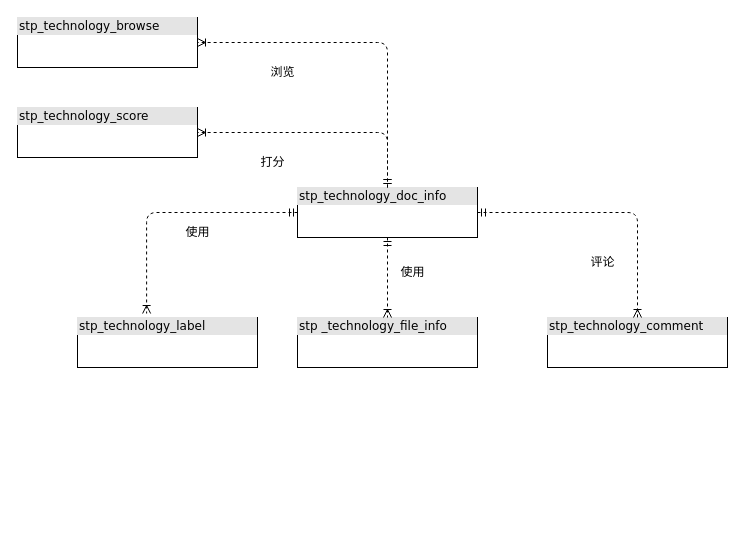
Earlier version of the draw.io diagram 技术分享ER图.drawio (DemonHan/KuickBuy). Source tidied: cells renumbered, new cells numbered last; positions are measured from the earlier drawing's top-left corner, leaving out a move shared by most shapes. Both pictures are drawn from the tidied source at 100%, with x=0, y=0 at pixel (17, 17).
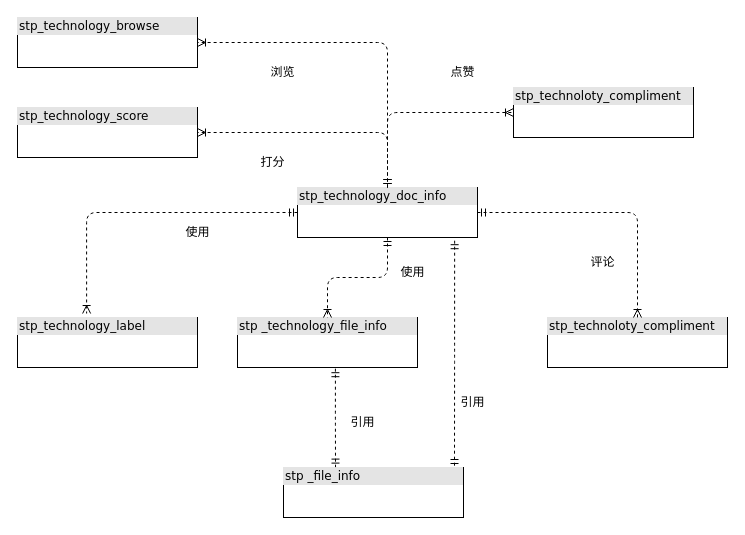
The same page after the edit.

Commit message (it also covers changes not shown here):
更新技术分享ER图.drawio

The change refers to these unchanged cells:
```xml
<mxCell id="2" value="&lt;div style=&quot;box-sizing:border-box;width:100%;background:#e4e4e4;padding:2px;&quot;&gt;stp_technology_doc_info&lt;br&gt;&lt;/div&gt;" style="verticalAlign=top;align=left;overflow=fill;html=1;rounded=0;shadow=0;comic=0;labelBackgroundColor=none;strokeWidth=1;fontFamily=Verdana;fontSize=12;" parent="1" vertex="1">
  <mxGeometry x="280" y="170" width="180" height="50" as="geometry" />
</mxCell>
```

What changed in the source:
```diff
@@
     <mxCell id="3" value="&lt;div style=&quot;box-sizing:border-box;width:100%;background:#e4e4e4;padding:2px;&quot;&gt;stp_technology_label&lt;br&gt;&lt;/div&gt;" style="verticalAlign=top;align=left;overflow=fill;html=1;rounded=0;shadow=0;comic=0;labelBackgroundColor=none;strokeWidth=1;fontFamily=Verdana;fontSize=12;" parent="1" vertex="1">
-      <mxGeometry x="60" y="300" width="180" height="50" as="geometry" />
+      <mxGeometry y="300" width="180" height="50" as="geometry" />
     </mxCell>
@@
     <mxCell id="6" value="&lt;div style=&quot;box-sizing:border-box;width:100%;background:#e4e4e4;padding:2px;&quot;&gt;stp _technology_file_info&lt;br&gt;&lt;/div&gt;" style="verticalAlign=top;align=left;overflow=fill;html=1;rounded=0;shadow=0;comic=0;labelBackgroundColor=none;strokeWidth=1;fontFamily=Verdana;fontSize=12;" parent="1" vertex="1">
-      <mxGeometry x="280" y="300" width="180" height="50" as="geometry" />
+      <mxGeometry x="220" y="300" width="180" height="50" as="geometry" />
     </mxCell>
@@
-    <mxCell id="9" value="&lt;div style=&quot;box-sizing:border-box;width:100%;background:#e4e4e4;padding:2px;&quot;&gt;stp_technology_comment&lt;br&gt;&lt;/div&gt;" style="verticalAlign=top;align=left;overflow=fill;html=1;rounded=0;shadow=0;comic=0;labelBackgroundColor=none;strokeWidth=1;fontFamily=Verdana;fontSize=12;" parent="1" vertex="1">
+    <mxCell id="9" value="&lt;div style=&quot;box-sizing:border-box;width:100%;background:#e4e4e4;padding:2px;&quot;&gt;stp_technoloty_compliment&lt;br&gt;&lt;/div&gt;" style="verticalAlign=top;align=left;overflow=fill;html=1;rounded=0;shadow=0;comic=0;labelBackgroundColor=none;strokeWidth=1;fontFamily=Verdana;fontSize=12;" parent="1" vertex="1">
       <mxGeometry x="530" y="300" width="180" height="50" as="geometry" />
     </mxCell>
@@
+    <mxCell id="18" value="&lt;div style=&quot;box-sizing:border-box;width:100%;background:#e4e4e4;padding:2px;&quot;&gt;stp_technoloty_compliment&lt;br&gt;&lt;/div&gt;" style="verticalAlign=top;align=left;overflow=fill;html=1;rounded=0;shadow=0;comic=0;labelBackgroundColor=none;strokeWidth=1;fontFamily=Verdana;fontSize=12;" parent="1" vertex="1">
+      <mxGeometry x="496" y="70" width="180" height="50" as="geometry" />
+    </mxCell>
+    <mxCell id="19" value="点赞" style="text;html=1;align=center;verticalAlign=middle;strokeColor=none;fillColor=none;" parent="1" vertex="1">
+      <mxGeometry x="420" y="40" width="50" height="30" as="geometry" />
+    </mxCell>
+    <mxCell id="20" value="&lt;div style=&quot;box-sizing:border-box;width:100%;background:#e4e4e4;padding:2px;&quot;&gt;stp _file_info&lt;br&gt;&lt;/div&gt;" style="verticalAlign=top;align=left;overflow=fill;html=1;rounded=0;shadow=0;comic=0;labelBackgroundColor=none;strokeWidth=1;fontFamily=Verdana;fontSize=12;" parent="1" vertex="1">
+      <mxGeometry x="266" y="450" width="180" height="50" as="geometry" />
+    </mxCell>
+    <mxCell id="21" style="edgeStyle=orthogonalEdgeStyle;html=1;endArrow=ERmandOne;startArrow=ERmandOne;labelBackgroundColor=none;fontFamily=Verdana;fontSize=12;align=left;dashed=1;exitX=0.544;exitY=1.024;exitDx=0;exitDy=0;entryX=0.289;entryY=-0.008;entryDx=0;entryDy=0;exitPerimeter=0;entryPerimeter=0;endFill=0;" parent="1" edge="1" source="6" target="20">
+      <mxGeometry relative="1" as="geometry" />
+    </mxCell>
+    <mxCell id="22" value="引用" style="text;html=1;align=center;verticalAlign=middle;strokeColor=none;fillColor=none;" parent="1" vertex="1">
+      <mxGeometry x="320" y="390" width="50" height="30" as="geometry" />
+    </mxCell>
+    <mxCell id="23" style="edgeStyle=orthogonalEdgeStyle;html=1;endArrow=ERmandOne;startArrow=ERmandOne;labelBackgroundColor=none;fontFamily=Verdana;fontSize=12;align=left;dashed=1;endFill=0;exitX=0.873;exitY=1.064;exitDx=0;exitDy=0;exitPerimeter=0;" parent="1" edge="1" source="2">
+      <mxGeometry relative="1" as="geometry">
+        <mxPoint x="437" y="450" as="targetPoint" />
+      </mxGeometry>
+    </mxCell>
+    <mxCell id="24" value="引用" style="text;html=1;align=center;verticalAlign=middle;strokeColor=none;fillColor=none;" parent="1" vertex="1">
+      <mxGeometry x="430" y="370" width="50" height="30" as="geometry" />
+    </mxCell>
+    <mxCell id="25" style="edgeStyle=orthogonalEdgeStyle;html=1;endArrow=ERoneToMany;startArrow=ERmandOne;labelBackgroundColor=none;fontFamily=Verdana;fontSize=12;align=left;dashed=1;exitX=0.5;exitY=0;exitDx=0;exitDy=0;entryX=0;entryY=0.5;entryDx=0;entryDy=0;" parent="1" edge="1" source="2" target="18">
+      <mxGeometry relative="1" as="geometry" />
+    </mxCell>
```
